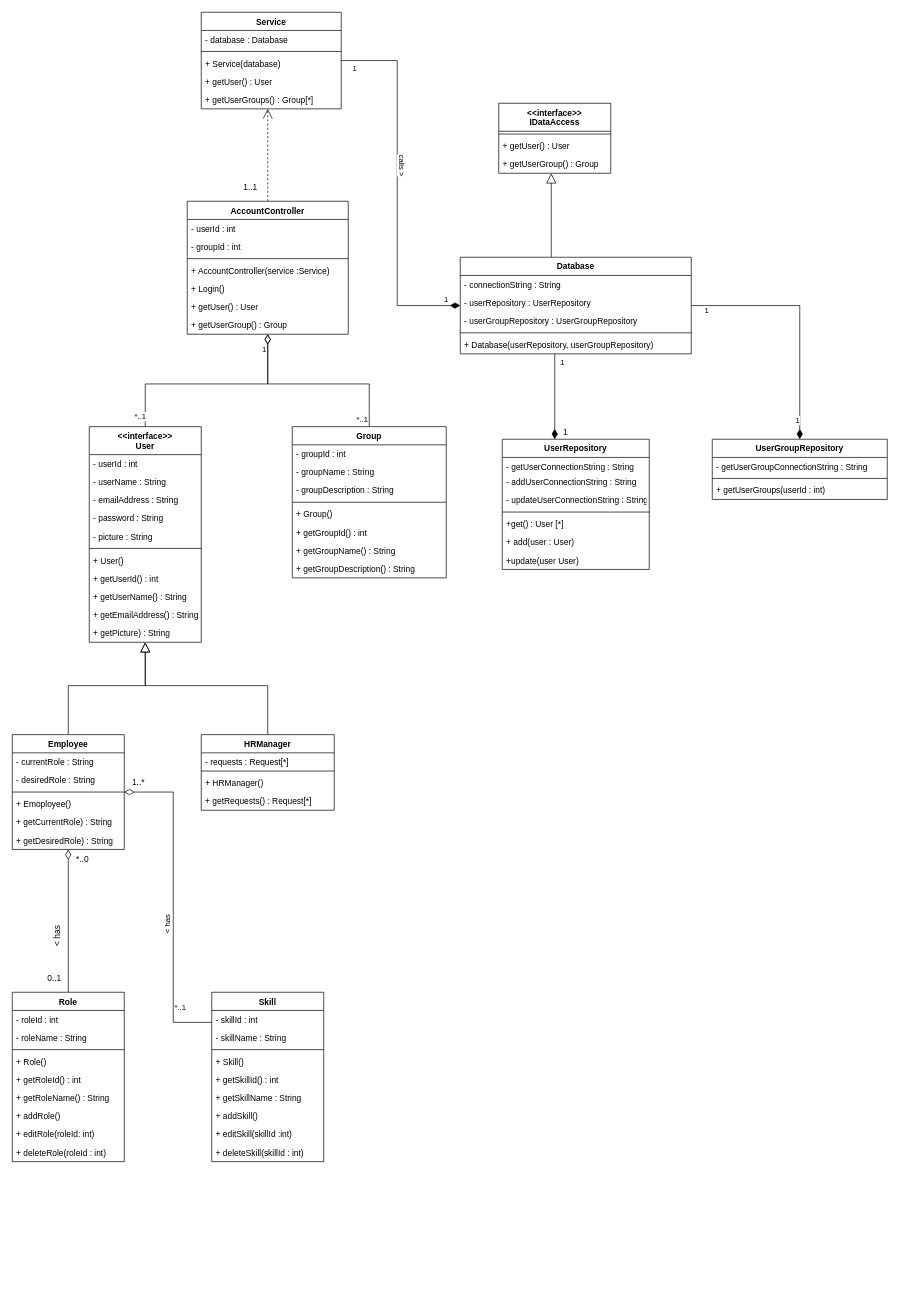
learningCurve89/WorkBasedPortfolios keeps this draw.io diagram as LoginClassDiagram.drawio. Above is the earlier version. Source tidied: cells renumbered, new cells numbered last; positions are measured from the earlier drawing's top-left corner, leaving out a move shared by most shapes. Both pictures are drawn from the tidied source at 70%, with x=0, y=0 at pixel (12, 12).
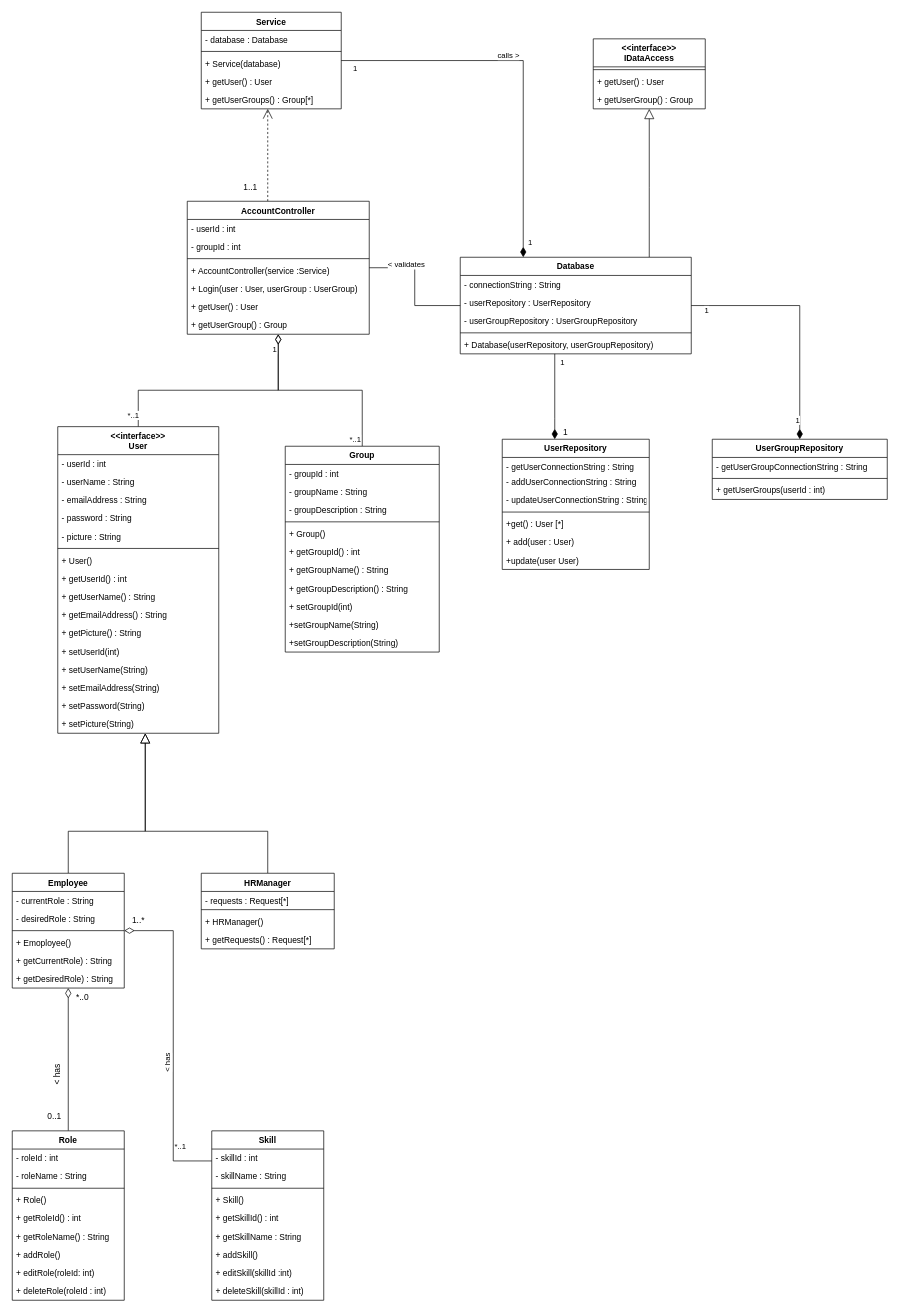
Above is the later version.

The change refers to these unchanged cells:
```xml
<mxCell id="56" value="Database" style="swimlane;fontStyle=1;align=center;verticalAlign=top;horizontal=1;startSize=26;" parent="1" vertex="1">
  <mxGeometry x="640" y="350" width="330" height="138" as="geometry" />
</mxCell>
<mxCell id="77" value="Service" style="swimlane;fontStyle=1;align=center;verticalAlign=top;horizontal=1;startSize=26;" parent="1" vertex="1">
  <mxGeometry x="270" width="200" height="138" as="geometry" />
</mxCell>
```

The edit, as a diff of the source:
```diff
@@
     <mxCell id="2" style="edgeStyle=orthogonalEdgeStyle;rounded=0;jettySize=auto;html=1;startArrow=none;startFill=0;startSize=12;endArrow=diamondThin;endFill=0;endSize=12;" parent="1" edge="1" source="4" target="31">
-      <mxGeometry relative="1" as="geometry" />
+      <mxGeometry relative="1" as="geometry">
+        <Array as="points">
+          <mxPoint x="180" y="540" />
+          <mxPoint x="380" y="540" />
+        </Array>
+      </mxGeometry>
     </mxCell>
@@
     <mxCell id="4" value="&lt;&lt;interface&gt;&gt;&#10;User" style="swimlane;fontStyle=1;align=center;verticalAlign=top;horizontal=1;startSize=40;" parent="1" vertex="1">
-      <mxGeometry x="110" y="592" width="160" height="308" as="geometry" />
+      <mxGeometry x="65" y="592" width="230" height="438" as="geometry" />
     </mxCell>
     <mxCell id="5" value="- userId : int" style="text;strokeColor=none;fillColor=none;align=left;verticalAlign=top;spacingLeft=4;spacingRight=4;overflow=hidden;" parent="4" vertex="1">
-      <mxGeometry y="40" width="160" height="26" as="geometry" />
+      <mxGeometry y="40" width="230" height="26" as="geometry" />
     </mxCell>
     <mxCell id="6" value="- userName : String" style="text;strokeColor=none;fillColor=none;align=left;verticalAlign=top;spacingLeft=4;spacingRight=4;overflow=hidden;" parent="4" vertex="1">
-      <mxGeometry y="66" width="160" height="26" as="geometry" />
+      <mxGeometry y="66" width="230" height="26" as="geometry" />
     </mxCell>
     <mxCell id="7" value="- emailAddress : String" style="text;strokeColor=none;fillColor=none;align=left;verticalAlign=top;spacingLeft=4;spacingRight=4;overflow=hidden;" parent="4" vertex="1">
-      <mxGeometry y="92" width="160" height="26" as="geometry" />
+      <mxGeometry y="92" width="230" height="26" as="geometry" />
     </mxCell>
     <mxCell id="8" value="- password : String" style="text;strokeColor=none;fillColor=none;align=left;verticalAlign=top;spacingLeft=4;spacingRight=4;overflow=hidden;" parent="4" vertex="1">
-      <mxGeometry y="118" width="160" height="26" as="geometry" />
+      <mxGeometry y="118" width="230" height="26" as="geometry" />
     </mxCell>
     <mxCell id="9" value="- picture : String" style="text;strokeColor=none;fillColor=none;align=left;verticalAlign=top;spacingLeft=4;spacingRight=4;overflow=hidden;" parent="4" vertex="1">
-      <mxGeometry y="144" width="160" height="26" as="geometry" />
+      <mxGeometry y="144" width="230" height="26" as="geometry" />
     </mxCell>
     <mxCell id="10" style="line;strokeWidth=1;fillColor=none;align=left;verticalAlign=middle;spacingTop=-1;spacingLeft=3;spacingRight=3;labelPosition=right;" parent="4" vertex="1">
-      <mxGeometry y="170" width="160" height="8" as="geometry" />
+      <mxGeometry y="170" width="230" height="8" as="geometry" />
     </mxCell>
     <mxCell id="11" value="+ User()" style="text;strokeColor=none;fillColor=none;align=left;verticalAlign=top;spacingLeft=4;spacingRight=4;overflow=hidden;" parent="4" vertex="1">
-      <mxGeometry y="178" width="160" height="26" as="geometry" />
+      <mxGeometry y="178" width="230" height="26" as="geometry" />
     </mxCell>
     <mxCell id="12" value="+ getUserId() : int" style="text;strokeColor=none;fillColor=none;align=left;verticalAlign=top;spacingLeft=4;spacingRight=4;overflow=hidden;" parent="4" vertex="1">
-      <mxGeometry y="204" width="160" height="26" as="geometry" />
+      <mxGeometry y="204" width="230" height="26" as="geometry" />
     </mxCell>
     <mxCell id="13" value="+ getUserName() : String" style="text;strokeColor=none;fillColor=none;align=left;verticalAlign=top;spacingLeft=4;spacingRight=4;overflow=hidden;" parent="4" vertex="1">
-      <mxGeometry y="230" width="160" height="26" as="geometry" />
+      <mxGeometry y="230" width="230" height="26" as="geometry" />
     </mxCell>
     <mxCell id="14" value="+ getEmailAddress() : String" style="text;strokeColor=none;fillColor=none;align=left;verticalAlign=top;spacingLeft=4;spacingRight=4;overflow=hidden;" parent="4" vertex="1">
-      <mxGeometry y="256" width="160" height="26" as="geometry" />
+      <mxGeometry y="256" width="230" height="26" as="geometry" />
     </mxCell>
-    <mxCell id="15" value="+ getPicture) : String" style="text;strokeColor=none;fillColor=none;align=left;verticalAlign=top;spacingLeft=4;spacingRight=4;overflow=hidden;" parent="4" vertex="1">
-      <mxGeometry y="282" width="160" height="26" as="geometry" />
+    <mxCell id="15" value="+ getPicture() : String" style="text;strokeColor=none;fillColor=none;align=left;verticalAlign=top;spacingLeft=4;spacingRight=4;overflow=hidden;" parent="4" vertex="1">
+      <mxGeometry y="282" width="230" height="26" as="geometry" />
     </mxCell>
+    <mxCell id="119" value="+ setUserId(int)" style="text;strokeColor=none;fillColor=none;align=left;verticalAlign=top;spacingLeft=4;spacingRight=4;overflow=hidden;" parent="4" vertex="1">
+      <mxGeometry y="308" width="230" height="26" as="geometry" />
+    </mxCell>
+    <mxCell id="120" value="+ setUserName(String)" style="text;strokeColor=none;fillColor=none;align=left;verticalAlign=top;spacingLeft=4;spacingRight=4;overflow=hidden;" parent="4" vertex="1">
+      <mxGeometry y="334" width="230" height="26" as="geometry" />
+    </mxCell>
+    <mxCell id="121" value="+ setEmailAddress(String)" style="text;strokeColor=none;fillColor=none;align=left;verticalAlign=top;spacingLeft=4;spacingRight=4;overflow=hidden;" parent="4" vertex="1">
+      <mxGeometry y="360" width="230" height="26" as="geometry" />
+    </mxCell>
+    <mxCell id="122" value="+ setPassword(String)" style="text;strokeColor=none;fillColor=none;align=left;verticalAlign=top;spacingLeft=4;spacingRight=4;overflow=hidden;" parent="4" vertex="1">
+      <mxGeometry y="386" width="230" height="26" as="geometry" />
+    </mxCell>
+    <mxCell id="123" value="+ setPicture(String)" style="text;strokeColor=none;fillColor=none;align=left;verticalAlign=top;spacingLeft=4;spacingRight=4;overflow=hidden;" parent="4" vertex="1">
+      <mxGeometry y="412" width="230" height="26" as="geometry" />
+    </mxCell>
     <mxCell id="16" style="edgeStyle=orthogonalEdgeStyle;rounded=0;jettySize=auto;html=1;endArrow=block;endFill=0;endSize=12;" parent="1" edge="1" source="17" target="4">
       <mxGeometry relative="1" as="geometry">
         <Array as="points">
-          <mxPoint x="80" y="962" />
-          <mxPoint x="190" y="962" />
+          <mxPoint x="80" y="1170" />
+          <mxPoint x="190" y="1170" />
         </Array>
       </mxGeometry>
     </mxCell>
     <mxCell id="17" value="Employee" style="swimlane;fontStyle=1;align=center;verticalAlign=top;horizontal=1;startSize=26;" parent="1" vertex="1">
-      <mxGeometry y="1032" width="160" height="164" as="geometry" />
+      <mxGeometry y="1230" width="160" height="164" as="geometry" />
     </mxCell>
@@
     <mxCell id="24" style="edgeStyle=orthogonalEdgeStyle;rounded=0;jettySize=auto;html=1;endArrow=block;endFill=0;endSize=12;" parent="1" edge="1" source="25" target="4">
       <mxGeometry relative="1" as="geometry">
         <Array as="points">
-          <mxPoint x="365" y="962" />
-          <mxPoint x="190" y="962" />
+          <mxPoint x="365" y="1170" />
+          <mxPoint x="190" y="1170" />
         </Array>
       </mxGeometry>
     </mxCell>
     <mxCell id="25" value="HRManager" style="swimlane;fontStyle=1;align=center;verticalAlign=top;horizontal=1;startSize=26;" parent="1" vertex="1">
-      <mxGeometry x="270" y="1032" width="190" height="108" as="geometry" />
+      <mxGeometry x="270" y="1230" width="190" height="108" as="geometry" />
     </mxCell>
@@
     <mxCell id="31" value="AccountController" style="swimlane;fontStyle=1;align=center;verticalAlign=top;horizontal=1;startSize=26;" parent="1" vertex="1">
-      <mxGeometry x="250" y="270" width="230" height="190" as="geometry" />
+      <mxGeometry x="250" y="270" width="260" height="190" as="geometry" />
     </mxCell>
     <mxCell id="32" value="- userId : int" style="text;strokeColor=none;fillColor=none;align=left;verticalAlign=top;spacingLeft=4;spacingRight=4;overflow=hidden;" parent="31" vertex="1">
-      <mxGeometry y="26" width="230" height="26" as="geometry" />
+      <mxGeometry y="26" width="260" height="26" as="geometry" />
     </mxCell>
     <mxCell id="33" value="- groupId : int" style="text;strokeColor=none;fillColor=none;align=left;verticalAlign=top;spacingLeft=4;spacingRight=4;overflow=hidden;" parent="31" vertex="1">
-      <mxGeometry y="52" width="230" height="26" as="geometry" />
+      <mxGeometry y="52" width="260" height="26" as="geometry" />
     </mxCell>
     <mxCell id="34" style="line;strokeWidth=1;fillColor=none;align=left;verticalAlign=middle;spacingTop=-1;spacingLeft=3;spacingRight=3;labelPosition=right;" parent="31" vertex="1">
-      <mxGeometry y="78" width="230" height="8" as="geometry" />
+      <mxGeometry y="78" width="260" height="8" as="geometry" />
     </mxCell>
     <mxCell id="35" value="+ AccountController(service :Service)" style="text;strokeColor=none;fillColor=none;align=left;verticalAlign=top;spacingLeft=4;spacingRight=4;overflow=hidden;" parent="31" vertex="1">
-      <mxGeometry y="86" width="230" height="26" as="geometry" />
+      <mxGeometry y="86" width="260" height="26" as="geometry" />
     </mxCell>
-    <mxCell id="36" value="+ Login()" style="text;strokeColor=none;fillColor=none;align=left;verticalAlign=top;spacingLeft=4;spacingRight=4;overflow=hidden;" parent="31" vertex="1">
-      <mxGeometry y="112" width="230" height="26" as="geometry" />
+    <mxCell id="36" value="+ Login(user : User, userGroup : UserGroup)" style="text;strokeColor=none;fillColor=none;align=left;verticalAlign=top;spacingLeft=4;spacingRight=4;overflow=hidden;" parent="31" vertex="1">
+      <mxGeometry y="112" width="260" height="26" as="geometry" />
     </mxCell>
     <mxCell id="37" value="+ getUser() : User" style="text;strokeColor=none;fillColor=none;align=left;verticalAlign=top;spacingLeft=4;spacingRight=4;overflow=hidden;" parent="31" vertex="1">
-      <mxGeometry y="138" width="230" height="26" as="geometry" />
+      <mxGeometry y="138" width="260" height="26" as="geometry" />
     </mxCell>
     <mxCell id="38" value="+ getUserGroup() : Group" style="text;strokeColor=none;fillColor=none;align=left;verticalAlign=top;spacingLeft=4;spacingRight=4;overflow=hidden;" parent="31" vertex="1">
-      <mxGeometry y="164" width="230" height="26" as="geometry" />
+      <mxGeometry y="164" width="260" height="26" as="geometry" />
     </mxCell>
     <mxCell id="39" style="edgeStyle=orthogonalEdgeStyle;rounded=0;jettySize=auto;html=1;startArrow=none;startFill=0;startSize=12;endArrow=diamondThin;endFill=0;endSize=12;" parent="1" edge="1" source="42" target="31">
-      <mxGeometry relative="1" as="geometry" />
+      <mxGeometry relative="1" as="geometry">
+        <Array as="points">
+          <mxPoint x="500" y="540" />
+          <mxPoint x="380" y="540" />
+        </Array>
+      </mxGeometry>
     </mxCell>
@@
     <mxCell id="42" value="Group" style="swimlane;fontStyle=1;align=center;verticalAlign=top;horizontal=1;startSize=26;" parent="1" vertex="1">
-      <mxGeometry x="400" y="592" width="220" height="216" as="geometry" />
+      <mxGeometry x="390" y="620" width="220" height="294" as="geometry" />
     </mxCell>
@@
+    <mxCell id="124" value="+ setGroupId(int)" style="text;strokeColor=none;fillColor=none;align=left;verticalAlign=top;spacingLeft=4;spacingRight=4;overflow=hidden;" parent="42" vertex="1">
+      <mxGeometry y="216" width="220" height="26" as="geometry" />
+    </mxCell>
+    <mxCell id="125" value="+setGroupName(String)" style="text;strokeColor=none;fillColor=none;align=left;verticalAlign=top;spacingLeft=4;spacingRight=4;overflow=hidden;" parent="42" vertex="1">
+      <mxGeometry y="242" width="220" height="26" as="geometry" />
+    </mxCell>
+    <mxCell id="126" value="+setGroupDescription(String)" style="text;strokeColor=none;fillColor=none;align=left;verticalAlign=top;spacingLeft=4;spacingRight=4;overflow=hidden;" parent="42" vertex="1">
+      <mxGeometry y="268" width="220" height="26" as="geometry" />
+    </mxCell>
     <mxCell id="51" value="&lt;&lt;interface&gt;&gt;&#10;IDataAccess" style="swimlane;fontStyle=1;align=center;verticalAlign=top;horizontal=1;startSize=40;" parent="1" vertex="1">
-      <mxGeometry x="695" y="130" width="160" height="100" as="geometry" />
+      <mxGeometry x="830" y="38" width="160" height="100" as="geometry" />
     </mxCell>
@@
     <mxCell id="55" style="edgeStyle=orthogonalEdgeStyle;rounded=0;jettySize=auto;html=1;endArrow=block;endFill=0;endSize=12;" parent="1" edge="1" source="56" target="51">
       <mxGeometry relative="1" as="geometry">
         <Array as="points">
-          <mxPoint x="770" y="290" />
-          <mxPoint x="770" y="290" />
+          <mxPoint x="910" y="250" />
+          <mxPoint x="910" y="250" />
         </Array>
       </mxGeometry>
     </mxCell>
+    <mxCell id="127" style="edgeStyle=orthogonalEdgeStyle;rounded=0;jettySize=auto;html=1;startArrow=none;startFill=0;startSize=12;endArrow=none;endFill=0;endSize=12;" parent="1" edge="1" source="56" target="31">
+      <mxGeometry relative="1" as="geometry" />
+    </mxCell>
+    <mxCell id="128" value="&amp;lt; validates" style="edgeLabel;html=1;align=center;verticalAlign=middle;" parent="127" vertex="1">
+      <mxGeometry x="0.44" y="-5" relative="1" as="geometry" />
+    </mxCell>
@@
     <mxCell id="63" value="Role" style="swimlane;fontStyle=1;align=center;verticalAlign=top;horizontal=1;startSize=26;" parent="1" vertex="1">
-      <mxGeometry y="1400" width="160" height="242" as="geometry" />
+      <mxGeometry y="1598" width="160" height="242" as="geometry" />
     </mxCell>
@@
     <mxCell id="73" style="edgeStyle=orthogonalEdgeStyle;rounded=0;jettySize=auto;html=1;startArrow=none;startFill=0;startSize=12;endArrow=diamondThin;endFill=1;endSize=12;" parent="1" edge="1" source="77" target="56">
       <mxGeometry relative="1" as="geometry">
         <Array as="points">
-          <mxPoint x="550" y="69" />
-          <mxPoint x="550" y="419" />
+          <mxPoint x="730" y="69" />
         </Array>
       </mxGeometry>
     </mxCell>
-    <mxCell id="74" value="calls &amp;gt;" style="edgeLabel;html=1;align=center;verticalAlign=middle;rotation=90;" parent="73" vertex="1">
+    <mxCell id="74" value="calls &amp;gt;" style="edgeLabel;html=1;align=center;verticalAlign=middle;rotation=0;" parent="73" vertex="1">
       <mxGeometry x="-0.12" y="8" relative="1" as="geometry" />
     </mxCell>
@@
     <mxCell id="100" value="*..0" style="text;html=1;align=center;verticalAlign=middle;" parent="1" vertex="1">
-      <mxGeometry x="85" y="1200" width="30" height="20" as="geometry" />
+      <mxGeometry x="85" y="1398" width="30" height="20" as="geometry" />
     </mxCell>
     <mxCell id="101" value="0..1" style="text;html=1;align=center;verticalAlign=middle;" parent="1" vertex="1">
-      <mxGeometry x="40" y="1370" width="40" height="20" as="geometry" />
+      <mxGeometry x="40" y="1568" width="40" height="20" as="geometry" />
     </mxCell>
@@
     <mxCell id="104" value="&amp;lt; has" style="text;html=1;align=center;verticalAlign=middle;rotation=-90;" parent="1" vertex="1">
-      <mxGeometry x="40" y="1310" width="50" height="20" as="geometry" />
+      <mxGeometry x="40" y="1508" width="50" height="20" as="geometry" />
     </mxCell>
     <mxCell id="105" style="edgeStyle=orthogonalEdgeStyle;rounded=0;jettySize=auto;html=1;startArrow=none;startFill=0;startSize=12;endArrow=diamondThin;endFill=0;endSize=12;" parent="1" edge="1" source="108" target="17">
       <mxGeometry relative="1" as="geometry">
         <Array as="points">
-          <mxPoint x="230" y="1443" />
-          <mxPoint x="230" y="1114" />
+          <mxPoint x="230" y="1641" />
+          <mxPoint x="230" y="1312" />
         </Array>
       </mxGeometry>
     </mxCell>
@@
     <mxCell id="108" value="Skill" style="swimlane;fontStyle=1;align=center;verticalAlign=top;horizontal=1;startSize=26;" parent="1" vertex="1">
-      <mxGeometry x="285" y="1400" width="160" height="242" as="geometry" />
+      <mxGeometry x="285" y="1598" width="160" height="242" as="geometry" />
     </mxCell>
@@
     <mxCell id="118" value="1..*" style="text;html=1;align=center;verticalAlign=middle;" parent="1" vertex="1">
-      <mxGeometry x="165" y="1090" width="30" height="20" as="geometry" />
+      <mxGeometry x="165" y="1288" width="30" height="20" as="geometry" />
     </mxCell>
```
